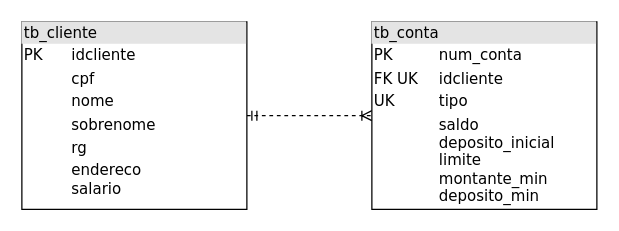
Earlier version of the draw.io diagram _Diagrama Entidade Relacionamento/Projeto.drawio (RafaelDamiani/InstituicaoFinanceira). Source tidied: cells renumbered, new cells numbered last; positions are measured from the earlier drawing's top-left corner, leaving out a move shared by most shapes. Both pictures are drawn from the tidied source at 125%, with x=0, y=0 at pixel (21, 21).
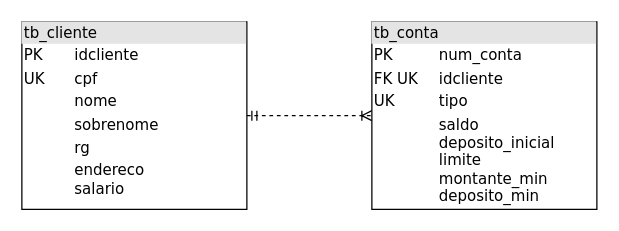
The same page after the edit.

The edit, as a diff of the source:
```diff
@@
 <mxGraphModel background="#ffffff">
   <root>
     <mxCell id="0" />
     <mxCell id="1" parent="0" />
     <mxCell id="2" style="edgeStyle=orthogonalEdgeStyle;html=1;dashed=1;labelBackgroundColor=none;startArrow=ERmandOne;endArrow=ERoneToMany;fontFamily=Verdana;fontSize=12;align=left;" parent="1" edge="1" source="3" target="4">
       <mxGeometry relative="1" as="geometry" />
     </mxCell>
-    <mxCell id="3" value="&lt;div style=&quot;box-sizing: border-box ; width: 100% ; background: #e4e4e4 ; padding: 2px&quot;&gt;tb_cliente&lt;/div&gt;&lt;table style=&quot;width: 100% ; font-size: 1em&quot; cellpadding=&quot;2&quot; cellspacing=&quot;0&quot;&gt;&lt;tbody&gt;&lt;tr&gt;&lt;td&gt;PK&lt;/td&gt;&lt;td&gt;idcliente&lt;/td&gt;&lt;/tr&gt;&lt;tr&gt;&lt;td&gt;&lt;br&gt;&lt;/td&gt;&lt;td&gt;cpf&lt;/td&gt;&lt;/tr&gt;&lt;tr&gt;&lt;td&gt;&lt;/td&gt;&lt;td&gt;nome&lt;/td&gt;&lt;/tr&gt;&lt;tr&gt;&lt;td&gt;&lt;br&gt;&lt;/td&gt;&lt;td&gt;sobrenome&lt;br&gt;&lt;/td&gt;&lt;/tr&gt;&lt;tr&gt;&lt;td&gt;&lt;br&gt;&lt;/td&gt;&lt;td&gt;rg&amp;nbsp;&lt;br&gt;&lt;/td&gt;&lt;/tr&gt;&lt;tr&gt;&lt;td&gt;&lt;br&gt;&lt;/td&gt;&lt;td&gt;endereco&lt;br&gt;salario&lt;/td&gt;&lt;/tr&gt;&lt;/tbody&gt;&lt;/table&gt;" style="verticalAlign=top;align=left;overflow=fill;html=1;rounded=0;shadow=0;comic=0;labelBackgroundColor=none;strokeWidth=1;fontFamily=Verdana;fontSize=12;" parent="1" vertex="1">
+    <mxCell id="3" value="&lt;div style=&quot;box-sizing: border-box ; width: 100% ; background: #e4e4e4 ; padding: 2px&quot;&gt;tb_cliente&lt;/div&gt;&lt;table style=&quot;width: 100% ; font-size: 1em&quot; cellpadding=&quot;2&quot; cellspacing=&quot;0&quot;&gt;&lt;tbody&gt;&lt;tr&gt;&lt;td&gt;PK&lt;/td&gt;&lt;td&gt;idcliente&lt;/td&gt;&lt;/tr&gt;&lt;tr&gt;&lt;td&gt;UK&lt;/td&gt;&lt;td&gt;cpf&lt;/td&gt;&lt;/tr&gt;&lt;tr&gt;&lt;td&gt;&lt;/td&gt;&lt;td&gt;nome&lt;/td&gt;&lt;/tr&gt;&lt;tr&gt;&lt;td&gt;&lt;br&gt;&lt;/td&gt;&lt;td&gt;sobrenome&lt;br&gt;&lt;/td&gt;&lt;/tr&gt;&lt;tr&gt;&lt;td&gt;&lt;br&gt;&lt;/td&gt;&lt;td&gt;rg&amp;nbsp;&lt;br&gt;&lt;/td&gt;&lt;/tr&gt;&lt;tr&gt;&lt;td&gt;&lt;br&gt;&lt;/td&gt;&lt;td&gt;endereco&lt;br&gt;salario&lt;/td&gt;&lt;/tr&gt;&lt;/tbody&gt;&lt;/table&gt;" style="verticalAlign=top;align=left;overflow=fill;html=1;rounded=0;shadow=0;comic=0;labelBackgroundColor=none;strokeWidth=1;fontFamily=Verdana;fontSize=12;" parent="1" vertex="1">
       <mxGeometry width="180" height="150" as="geometry" />
     </mxCell>
     <mxCell id="4" value="&lt;div style=&quot;box-sizing: border-box ; width: 100% ; background: #e4e4e4 ; padding: 2px&quot;&gt;tb_conta&lt;/div&gt;&lt;table style=&quot;width: 100% ; font-size: 1em&quot; cellpadding=&quot;2&quot; cellspacing=&quot;0&quot;&gt;&lt;tbody&gt;&lt;tr&gt;&lt;td&gt;PK&lt;/td&gt;&lt;td&gt;num_conta&lt;/td&gt;&lt;/tr&gt;&lt;tr&gt;&lt;td&gt;FK UK&lt;/td&gt;&lt;td&gt;idcliente&lt;/td&gt;&lt;/tr&gt;&lt;tr&gt;&lt;td&gt;UK&lt;/td&gt;&lt;td&gt;tipo&lt;br&gt;&lt;/td&gt;&lt;/tr&gt;&lt;tr&gt;&lt;td&gt;&lt;/td&gt;&lt;td&gt;saldo&lt;br&gt;deposito_inicial&lt;br&gt;limite&lt;br&gt;montante_min&lt;br&gt;deposito_min&lt;br&gt;&lt;/td&gt;&lt;/tr&gt;&lt;/tbody&gt;&lt;/table&gt;" style="verticalAlign=top;align=left;overflow=fill;html=1;rounded=0;shadow=0;comic=0;labelBackgroundColor=none;strokeWidth=1;fontFamily=Verdana;fontSize=12;" parent="1" vertex="1">
       <mxGeometry x="280" width="180" height="150" as="geometry" />
     </mxCell>
   </root>
 </mxGraphModel>
```
